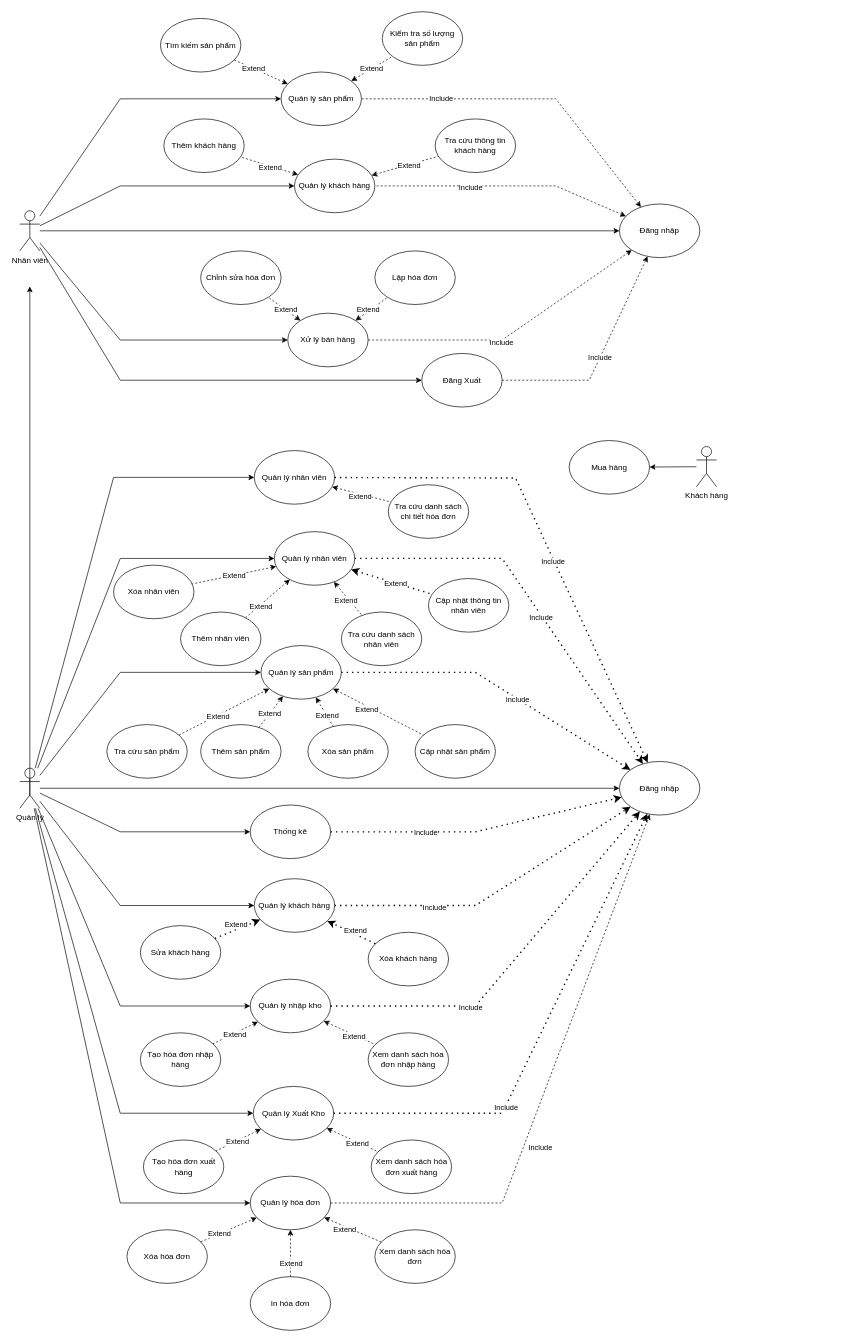
Earlier version of the draw.io diagram Do_an/src/usecase/Usecase.drawio (dmn-05/doan). Source tidied: cells renumbered, new cells numbered last; positions are measured from the earlier drawing's top-left corner, leaving out a move shared by most shapes. Both pictures are drawn from the tidied source at 67%, with x=0, y=0 at pixel (19, 11).
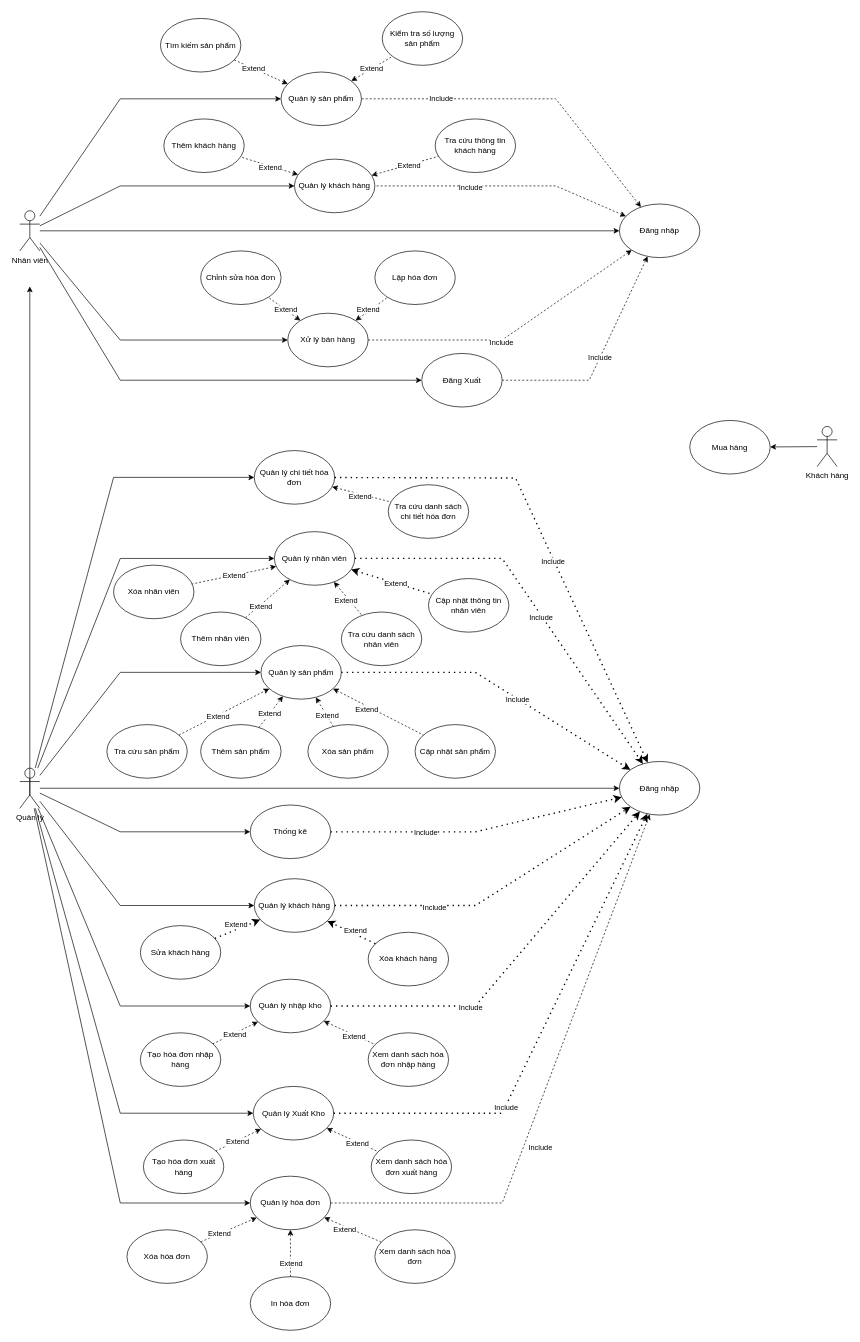
After the change.

The edit, as a diff of the source:
```diff
@@
     <mxCell id="111" value="Khách hàng" style="shape=umlActor;verticalLabelPosition=bottom;verticalAlign=top;html=1;outlineConnect=0;" parent="1" vertex="1">
-      <mxGeometry x="1010" y="649" width="30" height="60" as="geometry" />
+      <mxGeometry x="1190" y="619" width="30" height="60" as="geometry" />
     </mxCell>
     <mxCell id="112" value="Mua hàng" style="ellipse;whiteSpace=wrap;html=1;" parent="1" vertex="1">
-      <mxGeometry x="820" y="640" width="120" height="80" as="geometry" />
+      <mxGeometry x="1000" y="610" width="120" height="80" as="geometry" />
     </mxCell>
@@
-    <mxCell id="123" value="Quản lý nhân viên" style="ellipse;whiteSpace=wrap;html=1;" parent="1" vertex="1">
+    <mxCell id="123" value="Quản lý chi tiết hóa đơn" style="ellipse;whiteSpace=wrap;html=1;" parent="1" vertex="1">
       <mxGeometry x="350" y="655" width="120" height="80" as="geometry" />
     </mxCell>
```
